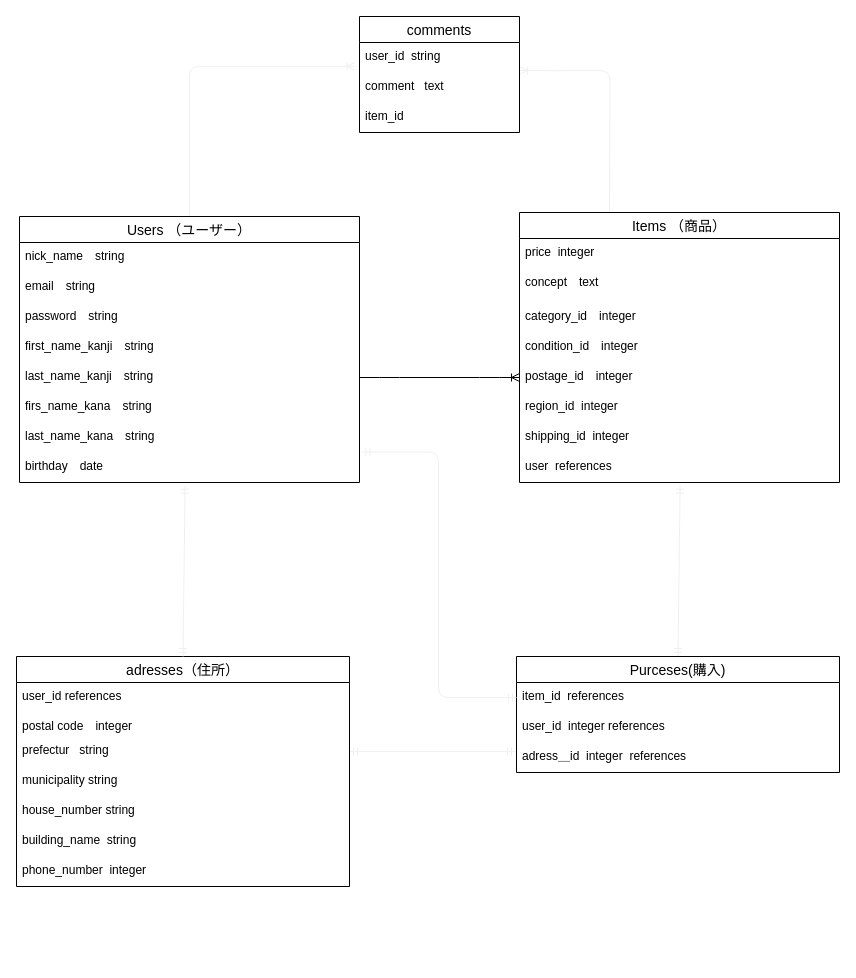
The draw.io diagram furima.dio in uuutako/furima--31745-, before the edit. Source tidied: cells renumbered, new cells numbered last; positions are measured from the earlier drawing's top-left corner, leaving out a move shared by most shapes. Both pictures are drawn from the tidied source at 100%, with x=0, y=0 at pixel (16, 16).
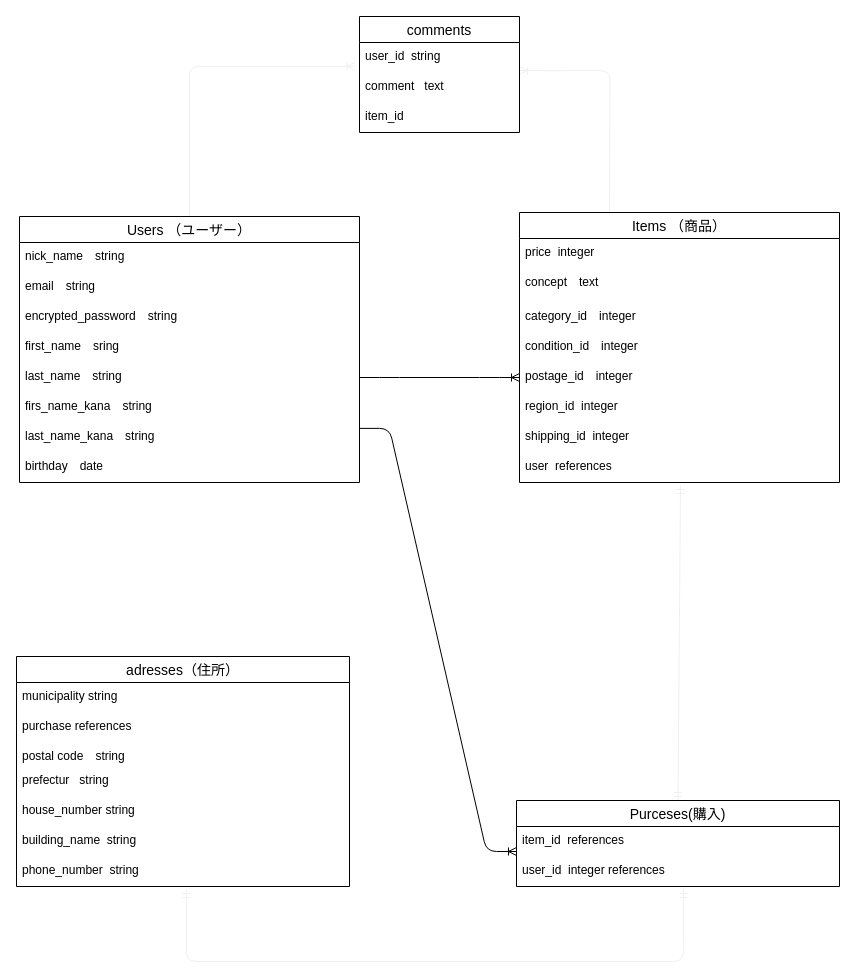
The same page after the edit.

Commit message (it also covers changes not shown here):
データベースの修正_3

The change refers to these unchanged cells:
```xml
<mxCell id="7" value="Users （ユーザー）" style="swimlane;fontStyle=0;horizontal=1;startSize=26;align=center;fontSize=14;" parent="1" vertex="1">
  <mxGeometry x="3" y="200" width="340" height="266" as="geometry" />
</mxCell>
<mxCell id="14" value="last_name_kana　string" style="text;strokeColor=none;fillColor=none;spacingLeft=4;spacingRight=4;overflow=hidden;points=[[0,0.5],[1,0.5]];portConstraint=eastwest;fontSize=12;" parent="7" vertex="1">
  <mxGeometry y="206" width="340" height="30" as="geometry" />
</mxCell>
<mxCell id="15" value="birthday　date" style="text;strokeColor=none;fillColor=none;spacingLeft=4;spacingRight=4;overflow=hidden;points=[[0,0.5],[1,0.5]];portConstraint=eastwest;fontSize=12;" parent="7" vertex="1">
  <mxGeometry y="236" width="340" height="30" as="geometry" />
</mxCell>
<mxCell id="24" value="user  references" style="text;strokeColor=none;fillColor=none;spacingLeft=4;spacingRight=4;overflow=hidden;points=[[0,0.5],[1,0.5]];portConstraint=eastwest;fontSize=12;" parent="16" vertex="1">
  <mxGeometry y="240" width="320" height="30" as="geometry" />
</mxCell>
<mxCell id="29" value="adresses（住所）" style="swimlane;fontStyle=0;horizontal=1;startSize=26;align=center;fontSize=14;" parent="1" vertex="1">
  <mxGeometry y="640" width="333" height="230" as="geometry" />
</mxCell>
<mxCell id="38" value="item_id  references   " style="text;strokeColor=none;fillColor=none;spacingLeft=4;spacingRight=4;overflow=hidden;points=[[0,0.5],[1,0.5]];portConstraint=eastwest;fontSize=12;" parent="37" vertex="1">
  <mxGeometry y="26" width="323" height="30" as="geometry" />
</mxCell>
<mxCell id="39" value="user_id  integer references   &#10;" style="text;strokeColor=none;fillColor=none;spacingLeft=4;spacingRight=4;overflow=hidden;points=[[0,0.5],[1,0.5]];portConstraint=eastwest;fontSize=12;" parent="37" vertex="1">
  <mxGeometry y="56" width="323" height="30" as="geometry" />
</mxCell>
```

What changed in the source:
```diff
@@
-    <mxCell id="4" style="fontSize=12;html=1;endArrow=ERmandOne;startArrow=ERmandOne;strokeColor=#f0f0f0;exitX=1;exitY=0.5;exitDx=0;exitDy=0;entryX=-0.003;entryY=0.3;entryDx=0;entryDy=0;entryPerimeter=0;" parent="1" edge="1" source="32" target="40">
-      <mxGeometry relative="1" as="geometry" />
+    <mxCell id="4" style="fontSize=12;html=1;endArrow=ERmandOne;startArrow=ERmandOne;strokeColor=#f0f0f0;entryX=0.517;entryY=1.098;entryDx=0;entryDy=0;entryPerimeter=0;exitX=0.51;exitY=1.098;exitDx=0;exitDy=0;exitPerimeter=0;edgeStyle=orthogonalEdgeStyle;" parent="1" edge="1" source="36" target="39">
+      <mxGeometry relative="1" as="geometry">
+        <Array as="points">
+          <mxPoint x="170" y="945" />
+          <mxPoint x="667" y="945" />
+        </Array>
+      </mxGeometry>
     </mxCell>
@@
-    <mxCell id="6" style="fontSize=12;html=1;endArrow=ERmandOne;startArrow=ERmandOne;strokeColor=#f0f0f0;exitX=0.5;exitY=0;exitDx=0;exitDy=0;entryX=0.502;entryY=1.089;entryDx=0;entryDy=0;entryPerimeter=0;" parent="1" edge="1" source="37" target="24">
-      <mxGeometry relative="1" as="geometry" />
+    <mxCell id="6" style="fontSize=12;html=1;endArrow=ERmandOne;startArrow=ERmandOne;strokeColor=#f0f0f0;exitX=0.5;exitY=0;exitDx=0;exitDy=0;" parent="1" edge="1" source="37">
+      <mxGeometry relative="1" as="geometry">
+        <mxPoint x="664" y="469" as="targetPoint" />
+      </mxGeometry>
     </mxCell>
@@
-    <mxCell id="10" value="password　string" style="text;strokeColor=none;fillColor=none;spacingLeft=4;spacingRight=4;overflow=hidden;fontSize=12;" parent="7" vertex="1">
+    <mxCell id="10" value="encrypted_password　string" style="text;strokeColor=none;fillColor=none;spacingLeft=4;spacingRight=4;overflow=hidden;fontSize=12;" parent="7" vertex="1">
       <mxGeometry y="86" width="340" height="30" as="geometry" />
     </mxCell>
-    <mxCell id="11" value="first_name_kanji　string" style="text;strokeColor=none;fillColor=none;spacingLeft=4;spacingRight=4;overflow=hidden;fontSize=12;" parent="7" vertex="1">
+    <mxCell id="11" value="first_name　sring" style="text;strokeColor=none;fillColor=none;spacingLeft=4;spacingRight=4;overflow=hidden;fontSize=12;" parent="7" vertex="1">
       <mxGeometry y="116" width="340" height="30" as="geometry" />
     </mxCell>
-    <mxCell id="12" value="last_name_kanji　string" style="text;strokeColor=none;fillColor=none;spacingLeft=4;spacingRight=4;overflow=hidden;points=[[0,0.5],[1,0.5]];portConstraint=eastwest;fontSize=12;" parent="7" vertex="1">
+    <mxCell id="12" value="last_name　string" style="text;strokeColor=none;fillColor=none;spacingLeft=4;spacingRight=4;overflow=hidden;points=[[0,0.5],[1,0.5]];portConstraint=eastwest;fontSize=12;" parent="7" vertex="1">
       <mxGeometry y="146" width="340" height="30" as="geometry" />
     </mxCell>
@@
+    <mxCell id="33" value="municipality string&#10;" style="text;strokeColor=none;fillColor=none;spacingLeft=4;spacingRight=4;overflow=hidden;fontSize=12;" parent="29" vertex="1">
+      <mxGeometry y="26" width="333" height="30" as="geometry" />
+    </mxCell>
-    <mxCell id="30" value="user_id references" style="text;strokeColor=none;fillColor=none;spacingLeft=4;spacingRight=4;overflow=hidden;fontSize=12;" parent="29" vertex="1">
-      <mxGeometry y="26" width="333" height="30" as="geometry" />
+    <mxCell id="30" value="purchase references" style="text;strokeColor=none;fillColor=none;spacingLeft=4;spacingRight=4;overflow=hidden;fontSize=12;" parent="29" vertex="1">
+      <mxGeometry y="56" width="333" height="30" as="geometry" />
     </mxCell>
-    <mxCell id="31" value="postal code　integer&#10;&#10;" style="text;strokeColor=none;fillColor=none;spacingLeft=4;spacingRight=4;overflow=hidden;fontSize=12;" parent="29" vertex="1">
-      <mxGeometry y="56" width="333" height="24" as="geometry" />
+    <mxCell id="31" value="postal code　string&#10;&#10;&#10;" style="text;strokeColor=none;fillColor=none;spacingLeft=4;spacingRight=4;overflow=hidden;fontSize=12;" parent="29" vertex="1">
+      <mxGeometry y="86" width="333" height="24" as="geometry" />
     </mxCell>
     <mxCell id="32" value="prefectur   string&#10;&#10;&#10;" style="text;strokeColor=none;fillColor=none;spacingLeft=4;spacingRight=4;overflow=hidden;points=[[0,0.5],[1,0.5]];portConstraint=eastwest;fontSize=12;" parent="29" vertex="1">
-      <mxGeometry y="80" width="333" height="30" as="geometry" />
+      <mxGeometry y="110" width="333" height="30" as="geometry" />
     </mxCell>
-    <mxCell id="33" value="municipality string&#10;" style="text;strokeColor=none;fillColor=none;spacingLeft=4;spacingRight=4;overflow=hidden;fontSize=12;" parent="29" vertex="1">
-      <mxGeometry y="110" width="333" height="30" as="geometry" />
-    </mxCell>
@@
-    <mxCell id="36" value="phone_number  integer&#10;" style="text;strokeColor=none;fillColor=none;spacingLeft=4;spacingRight=4;overflow=hidden;points=[[0,0.5],[1,0.5]];portConstraint=eastwest;fontSize=12;" parent="29" vertex="1">
+    <mxCell id="36" value="phone_number  string&#10;&#10;" style="text;strokeColor=none;fillColor=none;spacingLeft=4;spacingRight=4;overflow=hidden;points=[[0,0.5],[1,0.5]];portConstraint=eastwest;fontSize=12;" parent="29" vertex="1">
       <mxGeometry y="200" width="333" height="30" as="geometry" />
     </mxCell>
     <mxCell id="37" value="Purceses(購入)" style="swimlane;fontStyle=0;horizontal=1;startSize=26;align=center;fontSize=14;" parent="1" vertex="1">
-      <mxGeometry x="500" y="640" width="323" height="116" as="geometry" />
+      <mxGeometry x="500" y="784" width="323" height="86" as="geometry" />
     </mxCell>
@@
-    <mxCell id="40" value="adress＿id  integer  references   &#10;" style="text;strokeColor=none;fillColor=none;spacingLeft=4;spacingRight=4;overflow=hidden;points=[[0,0.5],[1,0.5]];portConstraint=eastwest;fontSize=12;" parent="37" vertex="1">
-      <mxGeometry y="86" width="323" height="30" as="geometry" />
-    </mxCell>
-    <mxCell id="41" style="fontSize=12;html=1;endArrow=ERmandOne;startArrow=ERmandOne;strokeColor=#f0f0f0;exitX=1.007;exitY=-0.018;exitDx=0;exitDy=0;exitPerimeter=0;entryX=0;entryY=0.5;entryDx=0;entryDy=0;edgeStyle=orthogonalEdgeStyle;" parent="1" edge="1" source="15" target="38">
-      <mxGeometry relative="1" as="geometry">
-        <Array as="points">
-          <mxPoint x="422" y="436" />
-          <mxPoint x="422" y="681" />
-        </Array>
-      </mxGeometry>
-    </mxCell>
-    <mxCell id="42" style="fontSize=12;html=1;endArrow=ERmandOne;startArrow=ERmandOne;strokeColor=#f0f0f0;exitX=0.5;exitY=0;exitDx=0;exitDy=0;entryX=0.487;entryY=1.092;entryDx=0;entryDy=0;entryPerimeter=0;" parent="1" edge="1" source="29" target="15">
-      <mxGeometry relative="1" as="geometry" />
-    </mxCell>
+    <mxCell id="43" style="edgeStyle=entityRelationEdgeStyle;fontSize=12;html=1;endArrow=ERoneToMany;exitX=1;exitY=0.196;exitDx=0;exitDy=0;exitPerimeter=0;entryX=0;entryY=0.833;entryDx=0;entryDy=0;entryPerimeter=0;" parent="1" edge="1" source="14" target="38">
+      <mxGeometry relative="1" as="geometry" />
+    </mxCell>
```
